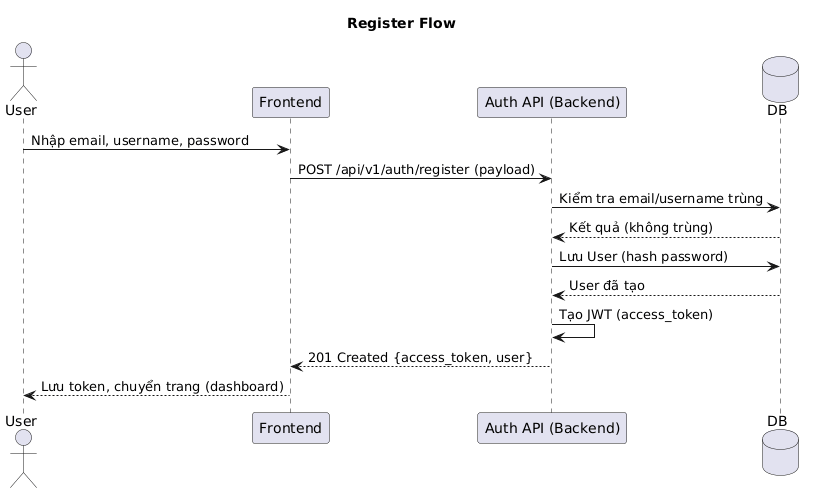
Earlier version of the PlantUML export Documentation/SequencesDiagram/Auth/register.png (duongnguyen291/StudySpace). Source of this version:
```plantuml
@startuml
title Register Flow
actor User
participant Frontend
participant "Auth API (Backend)" as AuthAPI
database DB

User -> Frontend: Nhập email, username, password
Frontend -> AuthAPI: POST /api/v1/auth/register (payload)
AuthAPI -> DB: Kiểm tra email/username trùng
DB --> AuthAPI: Kết quả (không trùng)
AuthAPI -> DB: Lưu User (hash password)
DB --> AuthAPI: User đã tạo
AuthAPI -> AuthAPI: Tạo JWT (access_token)
AuthAPI --> Frontend: 201 Created {access_token, user}
Frontend --> User: Lưu token, chuyển trang (dashboard)
@enduml
```
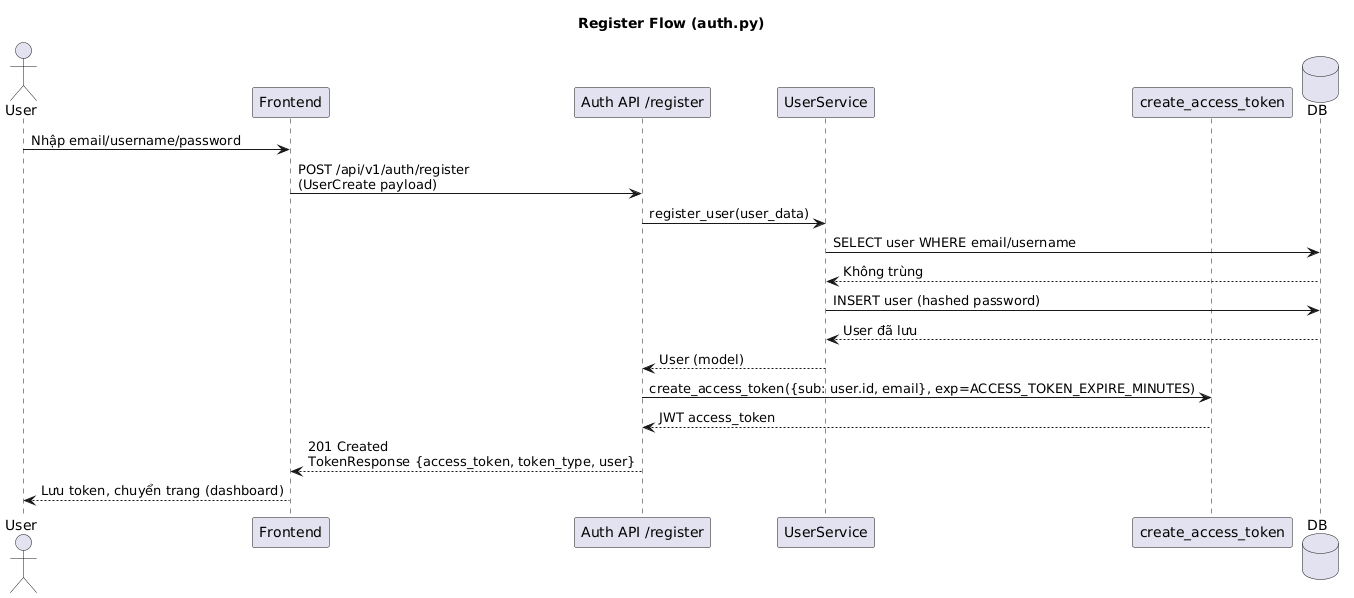
After the change.

Commit message:
docs(auth): add sq of authencation feature

The edit, as a diff of the source:
```diff
@@ -1,17 +1,25 @@
 @startuml
-title Register Flow
+title Register Flow (auth.py)
+
 actor User
 participant Frontend
-participant "Auth API (Backend)" as AuthAPI
+participant "Auth API /register" as AuthAPI
+participant "UserService" as UserService
+participant "create_access_token" as Token
 database DB
 
-User -> Frontend: Nhập email, username, password
-Frontend -> AuthAPI: POST /api/v1/auth/register (payload)
-AuthAPI -> DB: Kiểm tra email/username trùng
-DB --> AuthAPI: Kết quả (không trùng)
-AuthAPI -> DB: Lưu User (hash password)
-DB --> AuthAPI: User đã tạo
-AuthAPI -> AuthAPI: Tạo JWT (access_token)
-AuthAPI --> Frontend: 201 Created {access_token, user}
+User -> Frontend: Nhập email/username/password
+Frontend -> AuthAPI: POST /api/v1/auth/register\n(UserCreate payload)
+AuthAPI -> UserService: register_user(user_data)
+UserService -> DB: SELECT user WHERE email/username
+DB --> UserService: Không trùng
+UserService -> DB: INSERT user (hashed password)
+DB --> UserService: User đã lưu
+UserService --> AuthAPI: User (model)
+
+AuthAPI -> Token: create_access_token({sub: user.id, email}, exp=ACCESS_TOKEN_EXPIRE_MINUTES)
+Token --> AuthAPI: JWT access_token
+
+AuthAPI --> Frontend: 201 Created\nTokenResponse {access_token, token_type, user}
 Frontend --> User: Lưu token, chuyển trang (dashboard)
 @enduml
```
